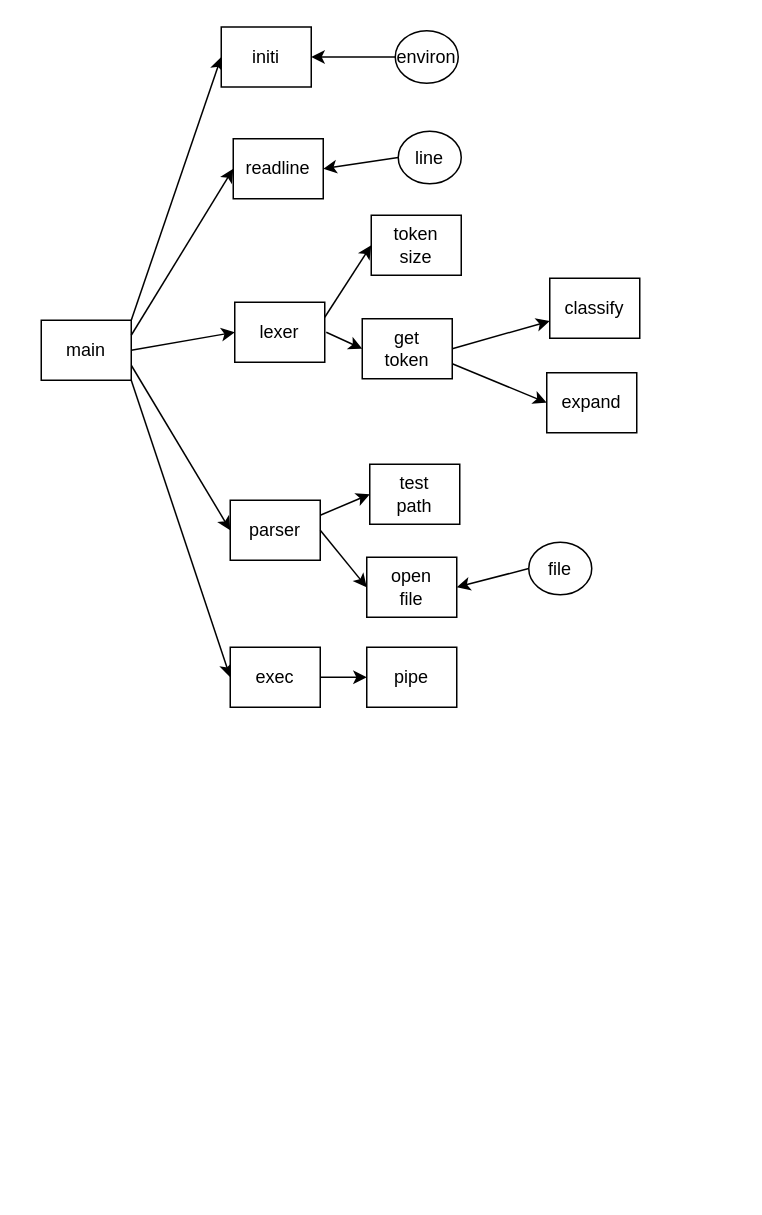
Earlier version of the draw.io diagram flow_lexer.drawio (tomofuji-dev/ft_minishell). Source tidied: cells renumbered, new cells numbered last; positions are measured from the earlier drawing's top-left corner, leaving out a move shared by most shapes. Both pictures are drawn from the tidied source at 150%, with x=0, y=0 at pixel (40, 27).
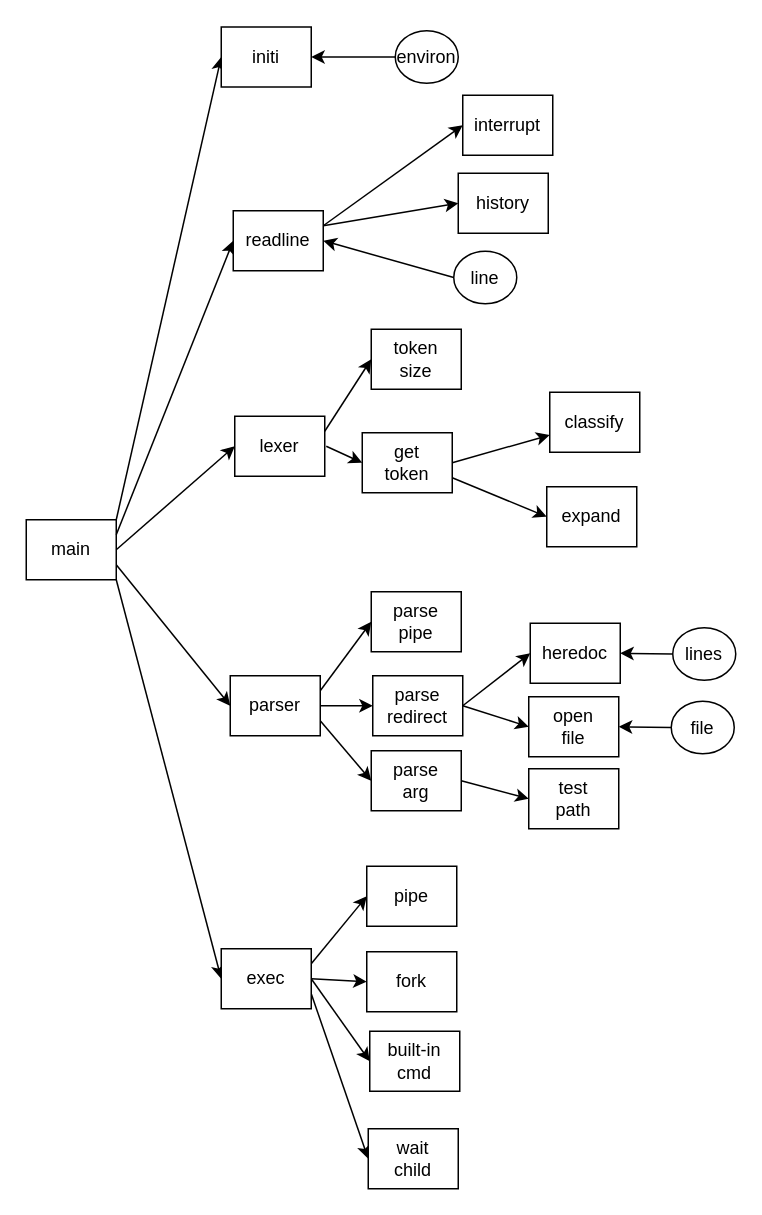
After the change.

The edit, as a diff of the source:
```diff
@@
     <mxCell id="2" value="line" style="ellipse;whiteSpace=wrap;html=1;" parent="1" vertex="1">
-      <mxGeometry x="238" y="69" width="42" height="35" as="geometry" />
+      <mxGeometry x="275" y="149" width="42" height="35" as="geometry" />
     </mxCell>
@@
     <mxCell id="6" value="main" style="rounded=0;whiteSpace=wrap;html=1;" parent="1" vertex="1">
-      <mxGeometry y="195" width="60" height="40" as="geometry" />
+      <mxGeometry x="-10" y="328" width="60" height="40" as="geometry" />
     </mxCell>
@@
     <mxCell id="10" style="edgeStyle=none;html=1;entryX=0;entryY=0.5;entryDx=0;entryDy=0;" parent="1" edge="1" target="30">
       <mxGeometry relative="1" as="geometry">
-        <mxPoint x="190" y="203" as="sourcePoint" />
+        <mxPoint x="190" y="279" as="sourcePoint" />
       </mxGeometry>
     </mxCell>
@@
     <mxCell id="12" value="lexer" style="rounded=0;whiteSpace=wrap;html=1;" parent="1" vertex="1">
-      <mxGeometry x="129" y="183" width="60" height="40" as="geometry" />
+      <mxGeometry x="129" y="259" width="60" height="40" as="geometry" />
     </mxCell>
-    <mxCell id="13" style="edgeStyle=none;html=1;exitX=1;exitY=0.5;exitDx=0;exitDy=0;entryX=0;entryY=0.5;entryDx=0;entryDy=0;" parent="1" edge="1" source="19" target="20">
+    <mxCell id="13" style="edgeStyle=none;html=1;exitX=1;exitY=0.25;exitDx=0;exitDy=0;entryX=0;entryY=0.5;entryDx=0;entryDy=0;" parent="1" edge="1" source="19" target="20">
       <mxGeometry relative="1" as="geometry" />
     </mxCell>
-    <mxCell id="14" style="edgeStyle=none;html=1;exitX=1;exitY=0.25;exitDx=0;exitDy=0;entryX=0;entryY=0.5;entryDx=0;entryDy=0;" parent="1" edge="1" source="15" target="23">
+    <mxCell id="14" style="edgeStyle=none;html=1;exitX=1;exitY=0.5;exitDx=0;exitDy=0;entryX=0;entryY=0.5;entryDx=0;entryDy=0;" parent="1" edge="1" source="44" target="23">
       <mxGeometry relative="1" as="geometry" />
     </mxCell>
+    <mxCell id="33" style="edgeStyle=none;html=1;exitX=1;exitY=0.25;exitDx=0;exitDy=0;entryX=0;entryY=0.5;entryDx=0;entryDy=0;" parent="1" edge="1" source="15" target="43">
+      <mxGeometry relative="1" as="geometry" />
+    </mxCell>
+    <mxCell id="34" style="edgeStyle=none;html=1;exitX=1;exitY=0.75;exitDx=0;exitDy=0;entryX=0;entryY=0.5;entryDx=0;entryDy=0;" parent="1" edge="1" source="15" target="44">
+      <mxGeometry relative="1" as="geometry" />
+    </mxCell>
+    <mxCell id="35" style="edgeStyle=none;html=1;exitX=1;exitY=0.5;exitDx=0;exitDy=0;entryX=0;entryY=0.5;entryDx=0;entryDy=0;" parent="1" edge="1" source="15" target="46">
+      <mxGeometry relative="1" as="geometry" />
+    </mxCell>
     <mxCell id="15" value="parser" style="rounded=0;whiteSpace=wrap;html=1;" parent="1" vertex="1">
-      <mxGeometry x="126" y="315" width="60" height="40" as="geometry" />
+      <mxGeometry x="126" y="432" width="60" height="40" as="geometry" />
     </mxCell>
+    <mxCell id="36" style="edgeStyle=none;html=1;exitX=1;exitY=0.25;exitDx=0;exitDy=0;entryX=0;entryY=0.5;entryDx=0;entryDy=0;" parent="1" edge="1" source="16" target="50">
+      <mxGeometry relative="1" as="geometry" />
+    </mxCell>
     <mxCell id="16" value="readline" style="rounded=0;whiteSpace=wrap;html=1;" parent="1" vertex="1">
-      <mxGeometry x="128" y="74" width="60" height="40" as="geometry" />
+      <mxGeometry x="128" y="122" width="60" height="40" as="geometry" />
     </mxCell>
@@
-    <mxCell id="18" style="edgeStyle=none;html=1;exitX=1;exitY=0.5;exitDx=0;exitDy=0;entryX=0;entryY=0.5;entryDx=0;entryDy=0;" parent="1" edge="1" source="15" target="22">
+    <mxCell id="18" style="edgeStyle=none;html=1;exitX=1;exitY=0.5;exitDx=0;exitDy=0;entryX=0;entryY=0.5;entryDx=0;entryDy=0;" parent="1" edge="1" source="46" target="22">
       <mxGeometry relative="1" as="geometry" />
     </mxCell>
+    <mxCell id="37" style="edgeStyle=none;html=1;exitX=1;exitY=0.5;exitDx=0;exitDy=0;entryX=0;entryY=0.5;entryDx=0;entryDy=0;" parent="1" edge="1" source="19" target="40">
+      <mxGeometry relative="1" as="geometry" />
+    </mxCell>
+    <mxCell id="38" style="edgeStyle=none;html=1;exitX=1;exitY=0.5;exitDx=0;exitDy=0;entryX=0;entryY=0.5;entryDx=0;entryDy=0;" parent="1" edge="1" source="19" target="41">
+      <mxGeometry relative="1" as="geometry" />
+    </mxCell>
+    <mxCell id="39" style="edgeStyle=none;html=1;exitX=1;exitY=0.75;exitDx=0;exitDy=0;entryX=0;entryY=0.5;entryDx=0;entryDy=0;" parent="1" edge="1" source="19" target="42">
+      <mxGeometry relative="1" as="geometry" />
+    </mxCell>
     <mxCell id="19" value="exec" style="rounded=0;whiteSpace=wrap;html=1;" parent="1" vertex="1">
-      <mxGeometry x="126" y="413" width="60" height="40" as="geometry" />
+      <mxGeometry x="120" y="614" width="60" height="40" as="geometry" />
     </mxCell>
     <mxCell id="20" value="pipe" style="rounded=0;whiteSpace=wrap;html=1;" parent="1" vertex="1">
-      <mxGeometry x="217" y="413" width="60" height="40" as="geometry" />
+      <mxGeometry x="217" y="559" width="60" height="40" as="geometry" />
     </mxCell>
     <mxCell id="21" value="expand" style="rounded=0;whiteSpace=wrap;html=1;" parent="1" vertex="1">
-      <mxGeometry x="337" y="230" width="60" height="40" as="geometry" />
+      <mxGeometry x="337" y="306" width="60" height="40" as="geometry" />
     </mxCell>
     <mxCell id="22" value="open&lt;br&gt;file" style="rounded=0;whiteSpace=wrap;html=1;" parent="1" vertex="1">
-      <mxGeometry x="217" y="353" width="60" height="40" as="geometry" />
+      <mxGeometry x="325" y="446" width="60" height="40" as="geometry" />
     </mxCell>
     <mxCell id="23" value="test&lt;br&gt;path" style="rounded=0;whiteSpace=wrap;html=1;" parent="1" vertex="1">
-      <mxGeometry x="219" y="291" width="60" height="40" as="geometry" />
+      <mxGeometry x="325" y="494" width="60" height="40" as="geometry" />
     </mxCell>
@@
     <mxCell id="25" value="file" style="ellipse;whiteSpace=wrap;html=1;" parent="1" vertex="1">
-      <mxGeometry x="325" y="343" width="42" height="35" as="geometry" />
+      <mxGeometry x="420" y="449" width="42" height="35" as="geometry" />
     </mxCell>
@@
     <mxCell id="30" value="get&lt;br&gt;token" style="rounded=0;whiteSpace=wrap;html=1;" parent="1" vertex="1">
-      <mxGeometry x="214" y="194" width="60" height="40" as="geometry" />
+      <mxGeometry x="214" y="270" width="60" height="40" as="geometry" />
     </mxCell>
     <mxCell id="31" value="token&lt;br&gt;size" style="rounded=0;whiteSpace=wrap;html=1;" parent="1" vertex="1">
-      <mxGeometry x="220" y="125" width="60" height="40" as="geometry" />
+      <mxGeometry x="220" y="201" width="60" height="40" as="geometry" />
     </mxCell>
     <mxCell id="32" value="classify" style="rounded=0;whiteSpace=wrap;html=1;" parent="1" vertex="1">
-      <mxGeometry x="339" y="167" width="60" height="40" as="geometry" />
+      <mxGeometry x="339" y="243" width="60" height="40" as="geometry" />
     </mxCell>
+    <mxCell id="40" value="built-in&lt;br&gt;cmd" style="rounded=0;whiteSpace=wrap;html=1;" parent="1" vertex="1">
+      <mxGeometry x="219" y="669" width="60" height="40" as="geometry" />
+    </mxCell>
+    <mxCell id="41" value="fork" style="rounded=0;whiteSpace=wrap;html=1;" parent="1" vertex="1">
+      <mxGeometry x="217" y="616" width="60" height="40" as="geometry" />
+    </mxCell>
+    <mxCell id="42" value="wait&lt;br&gt;child" style="rounded=0;whiteSpace=wrap;html=1;" parent="1" vertex="1">
+      <mxGeometry x="218" y="734" width="60" height="40" as="geometry" />
+    </mxCell>
+    <mxCell id="43" value="parse&lt;br&gt;pipe" style="rounded=0;whiteSpace=wrap;html=1;" parent="1" vertex="1">
+      <mxGeometry x="220" y="376" width="60" height="40" as="geometry" />
+    </mxCell>
+    <mxCell id="44" value="parse&lt;br&gt;arg" style="rounded=0;whiteSpace=wrap;html=1;" parent="1" vertex="1">
+      <mxGeometry x="220" y="482" width="60" height="40" as="geometry" />
+    </mxCell>
+    <mxCell id="45" style="edgeStyle=none;html=1;exitX=1;exitY=0.5;exitDx=0;exitDy=0;entryX=0;entryY=0.5;entryDx=0;entryDy=0;" parent="1" edge="1" source="46" target="47">
+      <mxGeometry relative="1" as="geometry" />
+    </mxCell>
+    <mxCell id="46" value="parse&lt;br&gt;redirect" style="rounded=0;whiteSpace=wrap;html=1;" parent="1" vertex="1">
+      <mxGeometry x="221" y="432" width="60" height="40" as="geometry" />
+    </mxCell>
+    <mxCell id="47" value="heredoc" style="rounded=0;whiteSpace=wrap;html=1;" parent="1" vertex="1">
+      <mxGeometry x="326" y="397" width="60" height="40" as="geometry" />
+    </mxCell>
+    <mxCell id="48" style="edgeStyle=none;html=1;exitX=0;exitY=0.5;exitDx=0;exitDy=0;entryX=1;entryY=0.5;entryDx=0;entryDy=0;" parent="1" edge="1" source="49" target="47">
+      <mxGeometry relative="1" as="geometry" />
+    </mxCell>
+    <mxCell id="49" value="lines" style="ellipse;whiteSpace=wrap;html=1;" parent="1" vertex="1">
+      <mxGeometry x="421" y="400" width="42" height="35" as="geometry" />
+    </mxCell>
+    <mxCell id="50" value="interrupt" style="rounded=0;whiteSpace=wrap;html=1;" parent="1" vertex="1">
+      <mxGeometry x="281" y="45" width="60" height="40" as="geometry" />
+    </mxCell>
+    <mxCell id="51" style="edgeStyle=none;html=1;exitX=1;exitY=0.25;exitDx=0;exitDy=0;entryX=0;entryY=0.5;entryDx=0;entryDy=0;" parent="1" edge="1" source="16" target="52">
+      <mxGeometry relative="1" as="geometry" />
+    </mxCell>
+    <mxCell id="52" value="history" style="rounded=0;whiteSpace=wrap;html=1;" parent="1" vertex="1">
+      <mxGeometry x="278" y="97" width="60" height="40" as="geometry" />
+    </mxCell>
```
